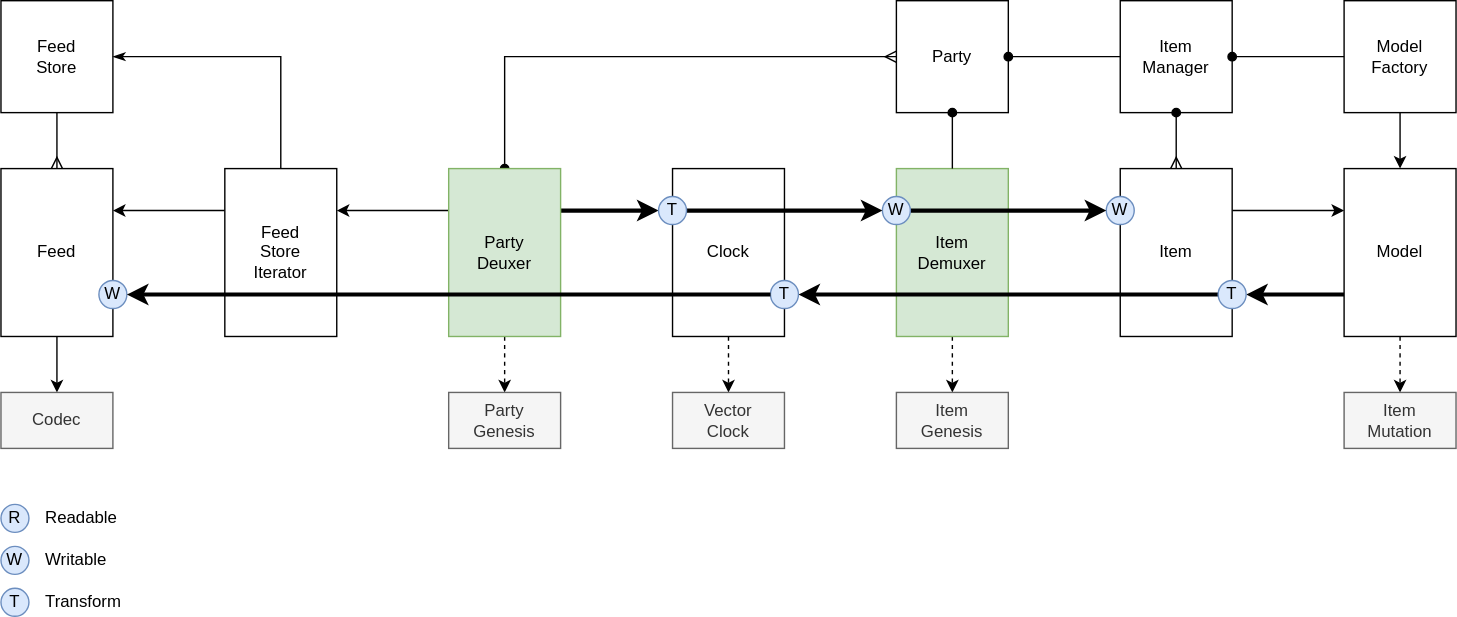
The draw.io diagram docs/content/diagrams/sreams.svg in dxos/dxos, before a commit. Source tidied: cells renumbered, new cells last; positions are measured from the earlier drawing's top-left corner, leaving out a move shared by most shapes.
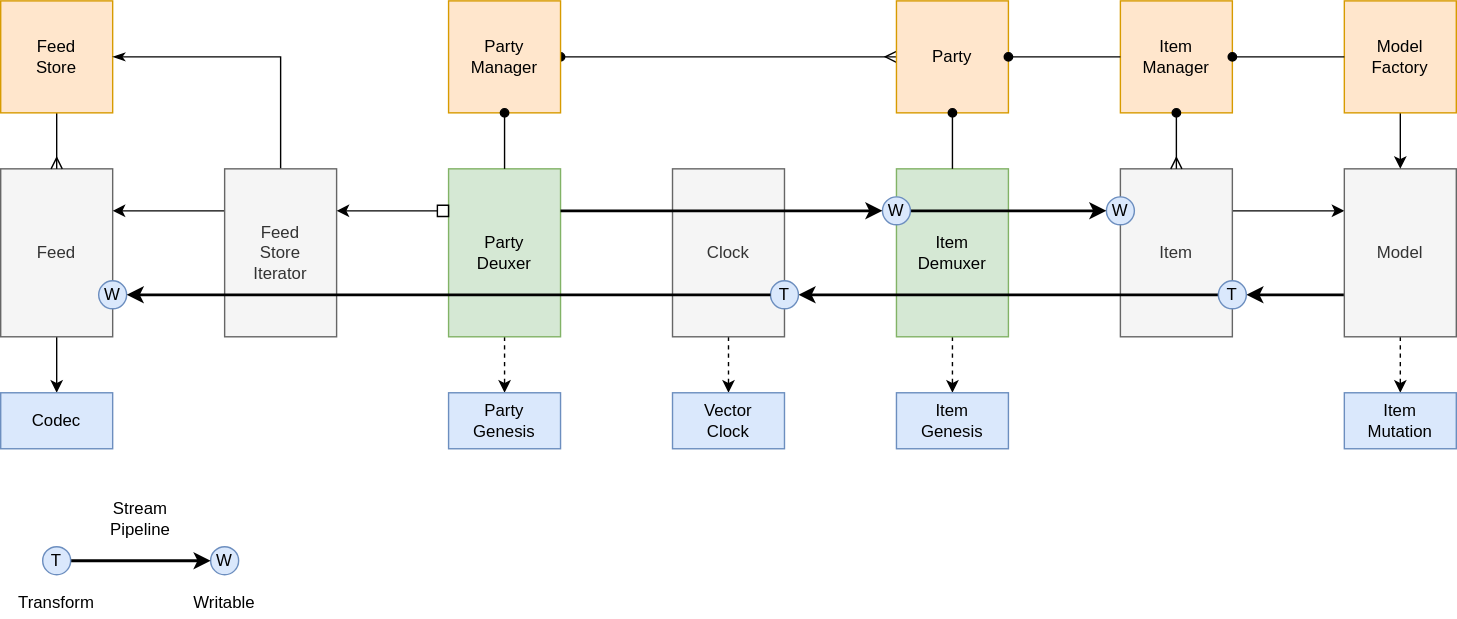
The same diagram one commit later.

The edit, as a diff of the source:
```diff
@@ -5,16 +5,10 @@
     <mxCell id="2" style="edgeStyle=orthogonalEdgeStyle;rounded=0;jettySize=auto;html=1;exitX=0.5;exitY=1;exitDx=0;exitDy=0;startArrow=none;startFill=0;endArrow=classic;endFill=1;strokeWidth=1;" parent="1" edge="1" source="3" target="42">
       <mxGeometry relative="1" as="geometry" />
     </mxCell>
-    <mxCell id="3" value="Feed" style="rounded=0;whiteSpace=wrap;html=1;" parent="1" vertex="1">
+    <mxCell id="3" value="Feed" style="rounded=0;whiteSpace=wrap;html=1;fillColor=#f5f5f5;strokeColor=#666666;fontColor=#333333;" parent="1" vertex="1">
       <mxGeometry y="120" width="80" height="120" as="geometry" />
     </mxCell>
-    <mxCell id="4" style="edgeStyle=orthogonalEdgeStyle;rounded=0;jettySize=auto;html=1;exitX=0;exitY=0.25;exitDx=0;exitDy=0;entryX=1;entryY=0.25;entryDx=0;entryDy=0;" parent="1" edge="1" source="8" target="29">
-      <mxGeometry relative="1" as="geometry" />
-    </mxCell>
-    <mxCell id="5" style="edgeStyle=orthogonalEdgeStyle;rounded=0;jettySize=auto;html=1;exitX=1;exitY=0.25;exitDx=0;exitDy=0;strokeWidth=3;" parent="1" edge="1" source="8" target="35">
-      <mxGeometry relative="1" as="geometry" />
-    </mxCell>
-    <mxCell id="6" style="edgeStyle=orthogonalEdgeStyle;rounded=0;jettySize=auto;html=1;exitX=0.5;exitY=0;exitDx=0;exitDy=0;entryX=0;entryY=0.5;entryDx=0;entryDy=0;startArrow=oval;startFill=1;endArrow=ERmany;endFill=0;" parent="1" edge="1" source="8" target="24">
+    <mxCell id="6" style="edgeStyle=orthogonalEdgeStyle;rounded=0;jettySize=auto;html=1;entryX=0;entryY=0.5;entryDx=0;entryDy=0;startArrow=oval;startFill=1;endArrow=ERmany;endFill=0;exitX=1;exitY=0.5;exitDx=0;exitDy=0;" parent="1" edge="1" source="55" target="24">
       <mxGeometry relative="1" as="geometry" />
     </mxCell>
     <mxCell id="7" style="edgeStyle=orthogonalEdgeStyle;rounded=0;jettySize=auto;html=1;exitX=0.5;exitY=1;exitDx=0;exitDy=0;startArrow=none;startFill=0;endArrow=classic;endFill=1;strokeWidth=1;dashed=1;" parent="1" edge="1" source="8" target="49">
@@ -32,22 +26,22 @@
     <mxCell id="11" style="edgeStyle=orthogonalEdgeStyle;rounded=0;jettySize=auto;html=1;exitX=1;exitY=0.25;exitDx=0;exitDy=0;entryX=0;entryY=0.25;entryDx=0;entryDy=0;" parent="1" edge="1" source="12" target="15">
       <mxGeometry relative="1" as="geometry" />
     </mxCell>
-    <mxCell id="12" value="Item" style="rounded=0;whiteSpace=wrap;html=1;" parent="1" vertex="1">
+    <mxCell id="12" value="Item" style="rounded=0;whiteSpace=wrap;html=1;fillColor=#f5f5f5;strokeColor=#666666;fontColor=#333333;" parent="1" vertex="1">
       <mxGeometry x="800" y="120" width="80" height="120" as="geometry" />
     </mxCell>
-    <mxCell id="13" style="edgeStyle=orthogonalEdgeStyle;rounded=0;jettySize=auto;html=1;exitX=0;exitY=0.75;exitDx=0;exitDy=0;entryX=1;entryY=0.5;entryDx=0;entryDy=0;strokeWidth=3;" parent="1" edge="1" source="15" target="18">
+    <mxCell id="13" style="edgeStyle=orthogonalEdgeStyle;rounded=0;jettySize=auto;html=1;exitX=0;exitY=0.75;exitDx=0;exitDy=0;entryX=1;entryY=0.5;entryDx=0;entryDy=0;strokeWidth=2;" parent="1" edge="1" source="15" target="18">
       <mxGeometry relative="1" as="geometry" />
     </mxCell>
     <mxCell id="14" style="edgeStyle=orthogonalEdgeStyle;rounded=0;jettySize=auto;html=1;exitX=0.5;exitY=1;exitDx=0;exitDy=0;dashed=1;startArrow=none;startFill=0;endArrow=classic;endFill=1;strokeWidth=1;" parent="1" edge="1" source="15" target="51">
       <mxGeometry relative="1" as="geometry" />
     </mxCell>
-    <mxCell id="15" value="Model" style="rounded=0;whiteSpace=wrap;html=1;" parent="1" vertex="1">
+    <mxCell id="15" value="Model" style="rounded=0;whiteSpace=wrap;html=1;fillColor=#f5f5f5;strokeColor=#666666;fontColor=#333333;" parent="1" vertex="1">
       <mxGeometry x="960" y="120" width="80" height="120" as="geometry" />
     </mxCell>
     <mxCell id="16" value="W" style="ellipse;whiteSpace=wrap;html=1;fillColor=#dae8fc;strokeColor=#6c8ebf;" parent="1" vertex="1">
       <mxGeometry x="70" y="200" width="20" height="20" as="geometry" />
     </mxCell>
-    <mxCell id="17" style="edgeStyle=orthogonalEdgeStyle;rounded=0;jettySize=auto;html=1;exitX=0;exitY=0.5;exitDx=0;exitDy=0;entryX=1;entryY=0.5;entryDx=0;entryDy=0;strokeWidth=3;" parent="1" edge="1" source="18" target="33">
+    <mxCell id="17" style="edgeStyle=orthogonalEdgeStyle;rounded=0;jettySize=auto;html=1;exitX=0;exitY=0.5;exitDx=0;exitDy=0;entryX=1;entryY=0.5;entryDx=0;entryDy=0;strokeWidth=2;" parent="1" edge="1" source="18" target="33">
       <mxGeometry relative="1" as="geometry" />
     </mxCell>
     <mxCell id="18" value="T" style="ellipse;whiteSpace=wrap;html=1;fillColor=#dae8fc;strokeColor=#6c8ebf;" parent="1" vertex="1">
@@ -56,25 +50,25 @@
     <mxCell id="19" value="W" style="ellipse;whiteSpace=wrap;html=1;fillColor=#dae8fc;strokeColor=#6c8ebf;" parent="1" vertex="1">
       <mxGeometry x="790" y="140" width="20" height="20" as="geometry" />
     </mxCell>
-    <mxCell id="20" style="edgeStyle=orthogonalEdgeStyle;rounded=0;jettySize=auto;html=1;exitX=1;exitY=0.5;exitDx=0;exitDy=0;entryX=0;entryY=0.5;entryDx=0;entryDy=0;strokeWidth=3;" parent="1" edge="1" source="21" target="19">
+    <mxCell id="20" style="edgeStyle=orthogonalEdgeStyle;rounded=0;jettySize=auto;html=1;exitX=1;exitY=0.5;exitDx=0;exitDy=0;entryX=0;entryY=0.5;entryDx=0;entryDy=0;strokeWidth=2;" parent="1" edge="1" source="21" target="19">
       <mxGeometry relative="1" as="geometry" />
     </mxCell>
     <mxCell id="21" value="W" style="ellipse;whiteSpace=wrap;html=1;fillColor=#dae8fc;strokeColor=#6c8ebf;" parent="1" vertex="1">
       <mxGeometry x="630" y="140" width="20" height="20" as="geometry" />
     </mxCell>
-    <mxCell id="22" value="Item&lt;br&gt;Manager" style="rounded=0;whiteSpace=wrap;html=1;" parent="1" vertex="1">
+    <mxCell id="22" value="Item&lt;br&gt;Manager" style="rounded=0;whiteSpace=wrap;html=1;fillColor=#ffe6cc;strokeColor=#d79b00;" parent="1" vertex="1">
       <mxGeometry x="800" width="80" height="80" as="geometry" />
     </mxCell>
     <mxCell id="23" style="edgeStyle=orthogonalEdgeStyle;rounded=0;orthogonalLoop=1;jettySize=auto;html=1;exitX=0.5;exitY=1;exitDx=0;exitDy=0;" parent="1" edge="1" source="22" target="22">
       <mxGeometry relative="1" as="geometry" />
     </mxCell>
-    <mxCell id="24" value="Party" style="rounded=0;whiteSpace=wrap;html=1;" parent="1" vertex="1">
+    <mxCell id="24" value="Party" style="rounded=0;whiteSpace=wrap;html=1;fillColor=#ffe6cc;strokeColor=#d79b00;" parent="1" vertex="1">
       <mxGeometry x="640" width="80" height="80" as="geometry" />
     </mxCell>
     <mxCell id="25" style="edgeStyle=orthogonalEdgeStyle;rounded=0;jettySize=auto;html=1;exitX=0.5;exitY=1;exitDx=0;exitDy=0;entryX=0.5;entryY=0;entryDx=0;entryDy=0;endArrow=ERmany;endFill=0;" parent="1" edge="1" source="26" target="3">
       <mxGeometry relative="1" as="geometry" />
     </mxCell>
-    <mxCell id="26" value="Feed&lt;br&gt;Store" style="rounded=0;whiteSpace=wrap;html=1;" parent="1" vertex="1">
+    <mxCell id="26" value="Feed&lt;br&gt;Store" style="rounded=0;whiteSpace=wrap;html=1;fillColor=#ffe6cc;strokeColor=#d79b00;" parent="1" vertex="1">
       <mxGeometry width="80" height="80" as="geometry" />
     </mxCell>
     <mxCell id="27" style="edgeStyle=orthogonalEdgeStyle;rounded=0;jettySize=auto;html=1;exitX=0.5;exitY=0;exitDx=0;exitDy=0;entryX=1;entryY=0.5;entryDx=0;entryDy=0;endArrow=classicThin;endFill=1;" parent="1" edge="1" source="29" target="26">
@@ -83,7 +77,7 @@
     <mxCell id="28" style="edgeStyle=orthogonalEdgeStyle;rounded=0;jettySize=auto;html=1;exitX=0;exitY=0.25;exitDx=0;exitDy=0;entryX=1;entryY=0.25;entryDx=0;entryDy=0;startArrow=none;startFill=0;endArrow=classic;endFill=1;strokeWidth=1;" parent="1" edge="1" source="29" target="3">
       <mxGeometry relative="1" as="geometry" />
     </mxCell>
-    <mxCell id="29" value="Feed&lt;br&gt;Store&lt;br&gt;Iterator" style="rounded=0;whiteSpace=wrap;html=1;" parent="1" vertex="1">
+    <mxCell id="29" value="Feed&lt;br&gt;Store&lt;br&gt;Iterator" style="rounded=0;whiteSpace=wrap;html=1;fillColor=#f5f5f5;strokeColor=#666666;fontColor=#333333;" parent="1" vertex="1">
       <mxGeometry x="160" y="120" width="80" height="120" as="geometry" />
     </mxCell>
     <mxCell id="30" style="edgeStyle=orthogonalEdgeStyle;rounded=0;jettySize=auto;html=1;exitX=1;exitY=0.5;exitDx=0;exitDy=0;endArrow=none;endFill=0;startArrow=oval;startFill=1;" parent="1" edge="1" source="24" target="22">
@@ -92,19 +86,13 @@
     <mxCell id="31" style="edgeStyle=orthogonalEdgeStyle;rounded=0;jettySize=auto;html=1;exitX=0.5;exitY=1;exitDx=0;exitDy=0;dashed=1;startArrow=none;startFill=0;endArrow=classic;endFill=1;strokeWidth=1;" parent="1" edge="1" source="32" target="52">
       <mxGeometry relative="1" as="geometry" />
     </mxCell>
-    <mxCell id="32" value="Clock" style="rounded=0;whiteSpace=wrap;html=1;" parent="1" vertex="1">
+    <mxCell id="32" value="Clock" style="rounded=0;whiteSpace=wrap;html=1;fillColor=#f5f5f5;strokeColor=#666666;fontColor=#333333;" parent="1" vertex="1">
       <mxGeometry x="480" y="120" width="80" height="120" as="geometry" />
     </mxCell>
     <mxCell id="33" value="T" style="ellipse;whiteSpace=wrap;html=1;fillColor=#dae8fc;strokeColor=#6c8ebf;" parent="1" vertex="1">
       <mxGeometry x="550" y="200" width="20" height="20" as="geometry" />
     </mxCell>
-    <mxCell id="34" style="edgeStyle=orthogonalEdgeStyle;rounded=0;jettySize=auto;html=1;exitX=1;exitY=0.5;exitDx=0;exitDy=0;entryX=0;entryY=0.5;entryDx=0;entryDy=0;startArrow=none;startFill=0;endArrow=classic;endFill=1;strokeWidth=3;" parent="1" edge="1" source="35" target="21">
-      <mxGeometry relative="1" as="geometry" />
-    </mxCell>
-    <mxCell id="35" value="T" style="ellipse;whiteSpace=wrap;html=1;fillColor=#dae8fc;strokeColor=#6c8ebf;" parent="1" vertex="1">
-      <mxGeometry x="470" y="140" width="20" height="20" as="geometry" />
-    </mxCell>
-    <mxCell id="36" style="edgeStyle=orthogonalEdgeStyle;rounded=0;jettySize=auto;html=1;entryX=1;entryY=0.5;entryDx=0;entryDy=0;strokeWidth=3;" parent="1" edge="1" source="33" target="16">
+    <mxCell id="36" style="edgeStyle=orthogonalEdgeStyle;rounded=0;jettySize=auto;html=1;entryX=1;entryY=0.5;entryDx=0;entryDy=0;strokeWidth=2;" parent="1" edge="1" source="33" target="16">
       <mxGeometry relative="1" as="geometry" />
     </mxCell>
     <mxCell id="37" style="edgeStyle=orthogonalEdgeStyle;rounded=0;jettySize=auto;html=1;exitX=0.5;exitY=1;exitDx=0;exitDy=0;entryX=0.5;entryY=0;entryDx=0;entryDy=0;startArrow=oval;startFill=1;endArrow=ERmany;endFill=0;" parent="1" edge="1" source="22" target="12">
@@ -116,44 +104,56 @@
     <mxCell id="39" style="edgeStyle=orthogonalEdgeStyle;rounded=0;jettySize=auto;html=1;exitX=0.5;exitY=1;exitDx=0;exitDy=0;entryX=0.5;entryY=0;entryDx=0;entryDy=0;startArrow=none;startFill=0;endArrow=classic;endFill=1;strokeWidth=1;" parent="1" edge="1" source="40" target="15">
       <mxGeometry relative="1" as="geometry" />
     </mxCell>
-    <mxCell id="40" value="Model&lt;br&gt;Factory" style="rounded=0;whiteSpace=wrap;html=1;" parent="1" vertex="1">
+    <mxCell id="40" value="Model&lt;br&gt;Factory" style="rounded=0;whiteSpace=wrap;html=1;fillColor=#ffe6cc;strokeColor=#d79b00;" parent="1" vertex="1">
       <mxGeometry x="960" width="80" height="80" as="geometry" />
     </mxCell>
     <mxCell id="41" style="edgeStyle=orthogonalEdgeStyle;rounded=0;jettySize=auto;html=1;exitX=1;exitY=0.5;exitDx=0;exitDy=0;startArrow=oval;startFill=1;endArrow=none;endFill=0;strokeWidth=1;" parent="1" edge="1" source="22" target="40">
       <mxGeometry relative="1" as="geometry" />
     </mxCell>
-    <mxCell id="42" value="Codec" style="rounded=0;whiteSpace=wrap;html=1;fillColor=#f5f5f5;strokeColor=#666666;fontColor=#333333;" parent="1" vertex="1">
+    <mxCell id="42" value="Codec" style="rounded=0;whiteSpace=wrap;html=1;fillColor=#dae8fc;strokeColor=#6c8ebf;" parent="1" vertex="1">
       <mxGeometry y="280" width="80" height="40" as="geometry" />
     </mxCell>
-    <mxCell id="43" value="R" style="ellipse;whiteSpace=wrap;html=1;fillColor=#dae8fc;strokeColor=#6c8ebf;" parent="1" vertex="1">
-      <mxGeometry y="360" width="20" height="20" as="geometry" />
-    </mxCell>
     <mxCell id="44" value="W" style="ellipse;whiteSpace=wrap;html=1;fillColor=#dae8fc;strokeColor=#6c8ebf;" parent="1" vertex="1">
-      <mxGeometry y="390" width="20" height="20" as="geometry" />
+      <mxGeometry x="150" y="390" width="20" height="20" as="geometry" />
     </mxCell>
+    <mxCell id="53" style="edgeStyle=orthogonalEdgeStyle;rounded=0;jettySize=auto;html=1;exitX=1;exitY=0.5;exitDx=0;exitDy=0;entryX=0;entryY=0.5;entryDx=0;entryDy=0;startArrow=none;startFill=0;endArrow=classic;endFill=1;strokeWidth=2;" parent="1" edge="1" source="45" target="44">
+      <mxGeometry relative="1" as="geometry" />
+    </mxCell>
     <mxCell id="45" value="T" style="ellipse;whiteSpace=wrap;html=1;fillColor=#dae8fc;strokeColor=#6c8ebf;" parent="1" vertex="1">
-      <mxGeometry y="420" width="20" height="20" as="geometry" />
+      <mxGeometry x="30" y="390" width="20" height="20" as="geometry" />
     </mxCell>
-    <mxCell id="46" value="Readable" style="text;html=1;strokeColor=none;fillColor=none;align=left;verticalAlign=middle;whiteSpace=wrap;rounded=0;" parent="1" vertex="1">
-      <mxGeometry x="30" y="360" width="80" height="20" as="geometry" />
-    </mxCell>
-    <mxCell id="47" value="Writable" style="text;html=1;strokeColor=none;fillColor=none;align=left;verticalAlign=middle;whiteSpace=wrap;rounded=0;" parent="1" vertex="1">
-      <mxGeometry x="30" y="390" width="80" height="20" as="geometry" />
+    <mxCell id="47" value="Writable" style="text;html=1;strokeColor=none;fillColor=none;align=center;verticalAlign=middle;whiteSpace=wrap;rounded=0;" parent="1" vertex="1">
+      <mxGeometry x="120" y="420" width="80" height="20" as="geometry" />
     </mxCell>
-    <mxCell id="48" value="Transform" style="text;html=1;strokeColor=none;fillColor=none;align=left;verticalAlign=middle;whiteSpace=wrap;rounded=0;" parent="1" vertex="1">
-      <mxGeometry x="30" y="420" width="80" height="20" as="geometry" />
+    <mxCell id="48" value="Transform" style="text;html=1;strokeColor=none;fillColor=none;align=center;verticalAlign=middle;whiteSpace=wrap;rounded=0;" parent="1" vertex="1">
+      <mxGeometry y="420" width="80" height="20" as="geometry" />
     </mxCell>
-    <mxCell id="49" value="Party&lt;br&gt;Genesis" style="rounded=0;whiteSpace=wrap;html=1;fillColor=#f5f5f5;strokeColor=#666666;fontColor=#333333;" parent="1" vertex="1">
+    <mxCell id="49" value="Party&lt;br&gt;Genesis" style="rounded=0;whiteSpace=wrap;html=1;fillColor=#dae8fc;strokeColor=#6c8ebf;" parent="1" vertex="1">
       <mxGeometry x="320" y="280" width="80" height="40" as="geometry" />
     </mxCell>
-    <mxCell id="50" value="Item&lt;br&gt;Genesis" style="rounded=0;whiteSpace=wrap;html=1;fillColor=#f5f5f5;strokeColor=#666666;fontColor=#333333;" parent="1" vertex="1">
+    <mxCell id="50" value="Item&lt;br&gt;Genesis" style="rounded=0;whiteSpace=wrap;html=1;fillColor=#dae8fc;strokeColor=#6c8ebf;" parent="1" vertex="1">
       <mxGeometry x="640" y="280" width="80" height="40" as="geometry" />
     </mxCell>
-    <mxCell id="51" value="Item&lt;br&gt;Mutation" style="rounded=0;whiteSpace=wrap;html=1;fillColor=#f5f5f5;strokeColor=#666666;fontColor=#333333;" parent="1" vertex="1">
+    <mxCell id="51" value="Item&lt;br&gt;Mutation" style="rounded=0;whiteSpace=wrap;html=1;fillColor=#dae8fc;strokeColor=#6c8ebf;" parent="1" vertex="1">
       <mxGeometry x="960" y="280" width="80" height="40" as="geometry" />
     </mxCell>
-    <mxCell id="52" value="Vector&lt;br&gt;Clock" style="rounded=0;whiteSpace=wrap;html=1;fillColor=#f5f5f5;strokeColor=#666666;fontColor=#333333;" parent="1" vertex="1">
+    <mxCell id="52" value="Vector&lt;br&gt;Clock" style="rounded=0;whiteSpace=wrap;html=1;fillColor=#dae8fc;strokeColor=#6c8ebf;" parent="1" vertex="1">
       <mxGeometry x="480" y="280" width="80" height="40" as="geometry" />
     </mxCell>
+    <mxCell id="54" value="Stream&lt;br&gt;Pipeline" style="text;html=1;strokeColor=none;fillColor=none;align=center;verticalAlign=middle;whiteSpace=wrap;rounded=0;" parent="1" vertex="1">
+      <mxGeometry x="40" y="360" width="120" height="20" as="geometry" />
+    </mxCell>
+    <mxCell id="5" style="edgeStyle=orthogonalEdgeStyle;rounded=0;jettySize=auto;html=1;exitX=1;exitY=0.25;exitDx=0;exitDy=0;strokeWidth=2;" parent="1" edge="1" source="8" target="21">
+      <mxGeometry relative="1" as="geometry" />
+    </mxCell>
+    <mxCell id="4" style="edgeStyle=orthogonalEdgeStyle;rounded=0;jettySize=auto;html=1;exitX=0;exitY=0.25;exitDx=0;exitDy=0;entryX=1;entryY=0.25;entryDx=0;entryDy=0;startArrow=box;startFill=0;" parent="1" edge="1" source="8" target="29">
+      <mxGeometry relative="1" as="geometry" />
+    </mxCell>
+    <mxCell id="55" value="Party&lt;br&gt;Manager" style="rounded=0;whiteSpace=wrap;html=1;fillColor=#ffe6cc;strokeColor=#d79b00;" parent="1" vertex="1">
+      <mxGeometry x="320" width="80" height="80" as="geometry" />
+    </mxCell>
+    <mxCell id="56" style="edgeStyle=orthogonalEdgeStyle;rounded=0;jettySize=auto;html=1;exitX=0.5;exitY=1;exitDx=0;exitDy=0;startArrow=oval;startFill=1;endArrow=none;endFill=0;strokeWidth=1;" parent="1" edge="1" source="55" target="8">
+      <mxGeometry relative="1" as="geometry" />
+    </mxCell>
   </root>
 </mxGraphModel>
```
